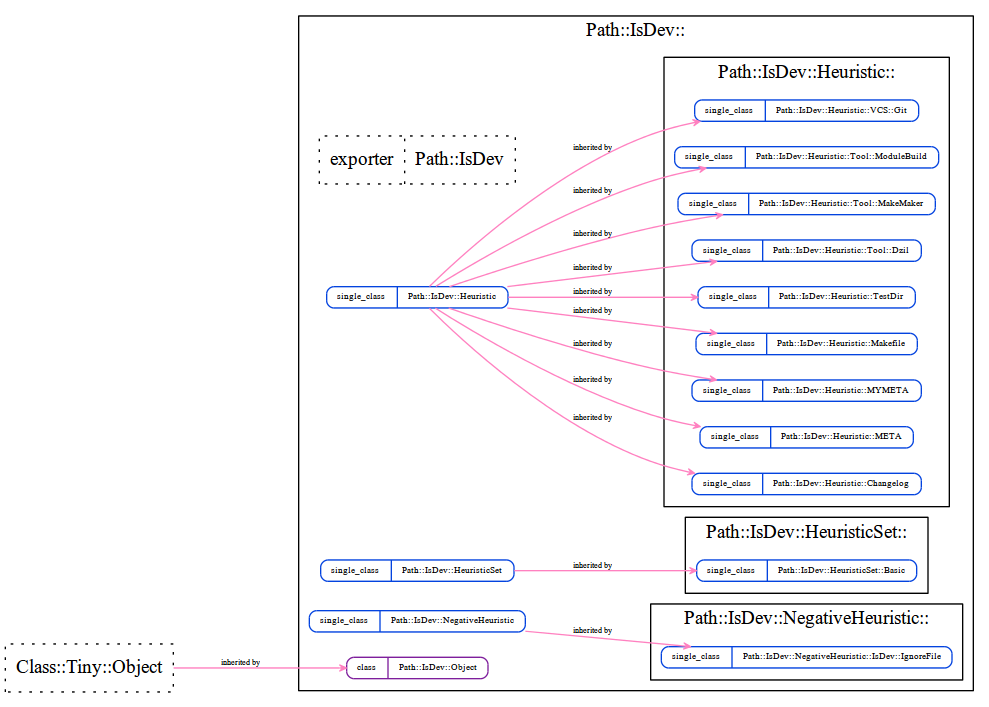
Earlier version of the Graphviz export layout/self_structure.png (gitpan/Path-IsDev). Its source is kept beside it as layout/self_structure.dot.
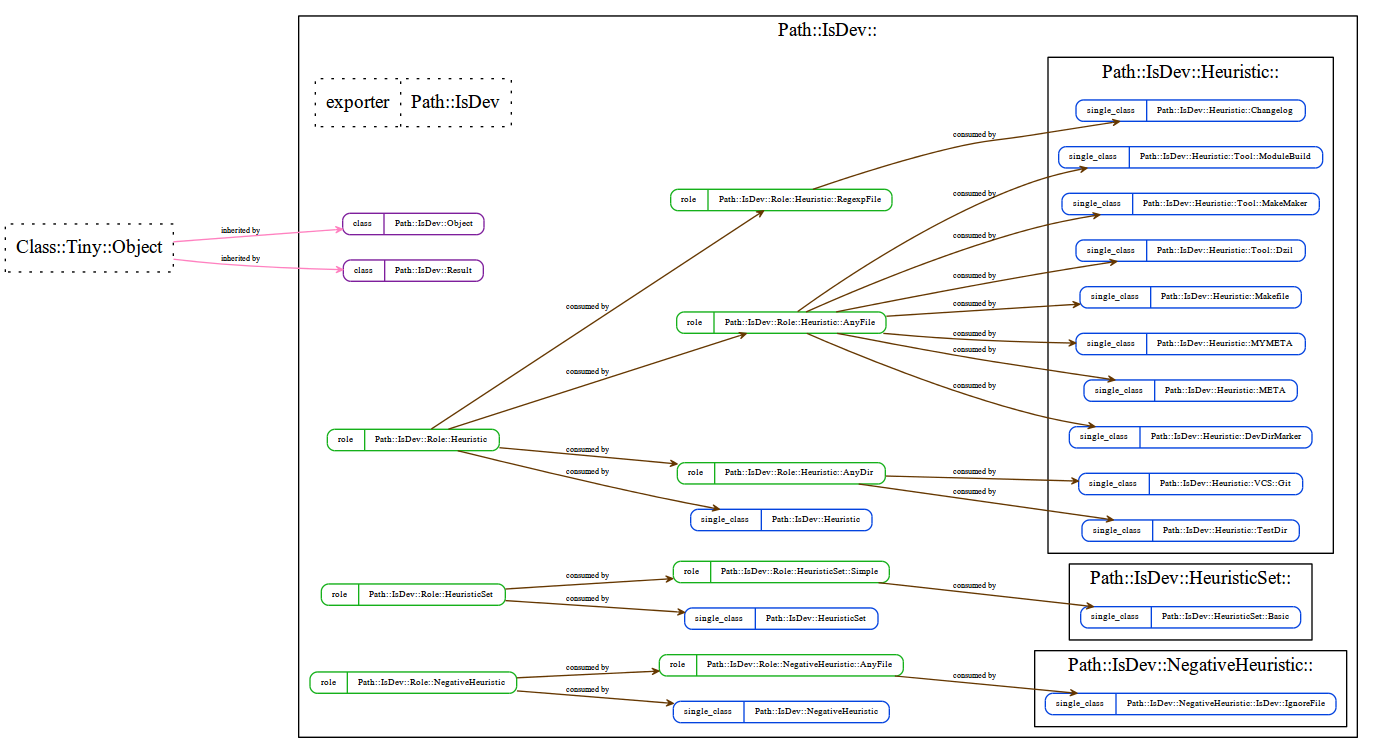
After the commit.

What changed in the source:
```diff
@@ -8,6 +8,7 @@
 		subgraph cluster_2 {
 			graph [label="Path::IsDev::Heuristic::"];
 			"Path::IsDev::Heuristic::Changelog" [label="{{<port1> single_class}|<port2> Path::IsDev::Heuristic::Changelog}", shape=Mrecord, style=solid, color="#0343df", fontsize=7, height="0.1"];
+			"Path::IsDev::Heuristic::DevDirMarker" [label="{{<port1> single_class}|<port2> Path::IsDev::Heuristic::DevDirMarker}", shape=Mrecord, style=solid, color="#0343df", fontsize=7, height="0.1"];
 			"Path::IsDev::Heuristic::META" [label="{{<port1> single_class}|<port2> Path::IsDev::Heuristic::META}", shape=Mrecord, style=solid, color="#0343df", fontsize=7, height="0.1"];
 			"Path::IsDev::Heuristic::MYMETA" [label="{{<port1> single_class}|<port2> Path::IsDev::Heuristic::MYMETA}", shape=Mrecord, style=solid, color="#0343df", fontsize=7, height="0.1"];
 			"Path::IsDev::Heuristic::Makefile" [label="{{<port1> single_class}|<port2> Path::IsDev::Heuristic::Makefile}", shape=Mrecord, style=solid, color="#0343df", fontsize=7, height="0.1"];
@@ -30,18 +31,37 @@
 		"Path::IsDev::HeuristicSet" [label="{{<port1> single_class}|<port2> Path::IsDev::HeuristicSet}", shape=Mrecord, style=solid, color="#0343df", fontsize=7, height="0.1"];
 		"Path::IsDev::NegativeHeuristic" [label="{{<port1> single_class}|<port2> Path::IsDev::NegativeHeuristic}", shape=Mrecord, style=solid, color="#0343df", fontsize=7, height="0.1"];
 		"Path::IsDev::Object" [label="{{<port1> class}|<port2> Path::IsDev::Object}", shape=Mrecord, style=solid, color="#7e1e9c", fontsize=7, height="0.1"];
-		"Path::IsDev::Heuristic" -> "Path::IsDev::Heuristic::Changelog" [arrowhead=open, arrowsize="0.5", color="#ff81c0", dir=forward, fontsize=6, headclip=1, label="inherited by", samehead=head, tailclip=1, weight=10];
-		"Path::IsDev::Heuristic" -> "Path::IsDev::Heuristic::TestDir" [arrowhead=open, arrowsize="0.5", color="#ff81c0", dir=forward, fontsize=6, headclip=1, label="inherited by", samehead=head, tailclip=1, weight=10];
-		"Path::IsDev::Heuristic" -> "Path::IsDev::Heuristic::META" [arrowhead=open, arrowsize="0.5", color="#ff81c0", dir=forward, fontsize=6, headclip=1, label="inherited by", samehead=head, tailclip=1, weight=10];
-		"Path::IsDev::Heuristic" -> "Path::IsDev::Heuristic::MYMETA" [arrowhead=open, arrowsize="0.5", color="#ff81c0", dir=forward, fontsize=6, headclip=1, label="inherited by", samehead=head, tailclip=1, weight=10];
-		"Path::IsDev::Heuristic" -> "Path::IsDev::Heuristic::Makefile" [arrowhead=open, arrowsize="0.5", color="#ff81c0", dir=forward, fontsize=6, headclip=1, label="inherited by", samehead=head, tailclip=1, weight=10];
-		"Path::IsDev::HeuristicSet" -> "Path::IsDev::HeuristicSet::Basic" [arrowhead=open, arrowsize="0.5", color="#ff81c0", dir=forward, fontsize=6, headclip=1, label="inherited by", samehead=head, tailclip=1, weight=10];
-		"Path::IsDev::Heuristic" -> "Path::IsDev::Heuristic::Tool::Dzil" [arrowhead=open, arrowsize="0.5", color="#ff81c0", dir=forward, fontsize=6, headclip=1, label="inherited by", samehead=head, tailclip=1, weight=10];
-		"Path::IsDev::Heuristic" -> "Path::IsDev::Heuristic::Tool::MakeMaker" [arrowhead=open, arrowsize="0.5", color="#ff81c0", dir=forward, fontsize=6, headclip=1, label="inherited by", samehead=head, tailclip=1, weight=10];
-		"Path::IsDev::Heuristic" -> "Path::IsDev::Heuristic::Tool::ModuleBuild" [arrowhead=open, arrowsize="0.5", color="#ff81c0", dir=forward, fontsize=6, headclip=1, label="inherited by", samehead=head, tailclip=1, weight=10];
-		"Path::IsDev::Heuristic" -> "Path::IsDev::Heuristic::VCS::Git" [arrowhead=open, arrowsize="0.5", color="#ff81c0", dir=forward, fontsize=6, headclip=1, label="inherited by", samehead=head, tailclip=1, weight=10];
-		"Path::IsDev::NegativeHeuristic" -> "Path::IsDev::NegativeHeuristic::IsDev::IgnoreFile" [arrowhead=open, arrowsize="0.5", color="#ff81c0", dir=forward, fontsize=6, headclip=1, label="inherited by", samehead=head, tailclip=1, weight=10];
+		"Path::IsDev::Result" [label="{{<port1> class}|<port2> Path::IsDev::Result}", shape=Mrecord, style=solid, color="#7e1e9c", fontsize=7, height="0.1"];
+		"Path::IsDev::Role::Heuristic" [label="{{<port1> role}|<port2> Path::IsDev::Role::Heuristic}", shape=Mrecord, style=solid, color="#15b01a", fontsize=7, height="0.1"];
+		"Path::IsDev::Role::Heuristic::AnyDir" [label="{{<port1> role}|<port2> Path::IsDev::Role::Heuristic::AnyDir}", shape=Mrecord, style=solid, color="#15b01a", fontsize=7, height="0.1"];
+		"Path::IsDev::Role::Heuristic::AnyFile" [label="{{<port1> role}|<port2> Path::IsDev::Role::Heuristic::AnyFile}", shape=Mrecord, style=solid, color="#15b01a", fontsize=7, height="0.1"];
+		"Path::IsDev::Role::Heuristic::RegexpFile" [label="{{<port1> role}|<port2> Path::IsDev::Role::Heuristic::RegexpFile}", shape=Mrecord, style=solid, color="#15b01a", fontsize=7, height="0.1"];
+		"Path::IsDev::Role::HeuristicSet" [label="{{<port1> role}|<port2> Path::IsDev::Role::HeuristicSet}", shape=Mrecord, style=solid, color="#15b01a", fontsize=7, height="0.1"];
+		"Path::IsDev::Role::HeuristicSet::Simple" [label="{{<port1> role}|<port2> Path::IsDev::Role::HeuristicSet::Simple}", shape=Mrecord, style=solid, color="#15b01a", fontsize=7, height="0.1"];
+		"Path::IsDev::Role::NegativeHeuristic" [label="{{<port1> role}|<port2> Path::IsDev::Role::NegativeHeuristic}", shape=Mrecord, style=solid, color="#15b01a", fontsize=7, height="0.1"];
+		"Path::IsDev::Role::NegativeHeuristic::AnyFile" [label="{{<port1> role}|<port2> Path::IsDev::Role::NegativeHeuristic::AnyFile}", shape=Mrecord, style=solid, color="#15b01a", fontsize=7, height="0.1"];
+		"Path::IsDev::Role::Heuristic" -> "Path::IsDev::Heuristic" [arrowhead=open, arrowsize="0.5", color="#653700", dir=forward, fontsize=6, headclip=1, label="consumed by", samehead=head, tailclip=1, weight=5];
+		"Path::IsDev::Role::HeuristicSet" -> "Path::IsDev::HeuristicSet" [arrowhead=open, arrowsize="0.5", color="#653700", dir=forward, fontsize=6, headclip=1, label="consumed by", samehead=head, tailclip=1, weight=5];
+		"Path::IsDev::Role::NegativeHeuristic" -> "Path::IsDev::NegativeHeuristic" [arrowhead=open, arrowsize="0.5", color="#653700", dir=forward, fontsize=6, headclip=1, label="consumed by", samehead=head, tailclip=1, weight=5];
+		"Path::IsDev::Role::Heuristic::RegexpFile" -> "Path::IsDev::Heuristic::Changelog" [arrowhead=open, arrowsize="0.5", color="#653700", dir=forward, fontsize=6, headclip=1, label="consumed by", samehead=head, tailclip=1, weight=5];
+		"Path::IsDev::Role::Heuristic::AnyFile" -> "Path::IsDev::Heuristic::DevDirMarker" [arrowhead=open, arrowsize="0.5", color="#653700", dir=forward, fontsize=6, headclip=1, label="consumed by", samehead=head, tailclip=1, weight=5];
+		"Path::IsDev::Role::Heuristic::AnyFile" -> "Path::IsDev::Heuristic::META" [arrowhead=open, arrowsize="0.5", color="#653700", dir=forward, fontsize=6, headclip=1, label="consumed by", samehead=head, tailclip=1, weight=5];
+		"Path::IsDev::Role::Heuristic::AnyFile" -> "Path::IsDev::Heuristic::MYMETA" [arrowhead=open, arrowsize="0.5", color="#653700", dir=forward, fontsize=6, headclip=1, label="consumed by", samehead=head, tailclip=1, weight=5];
+		"Path::IsDev::Role::Heuristic::AnyFile" -> "Path::IsDev::Heuristic::Makefile" [arrowhead=open, arrowsize="0.5", color="#653700", dir=forward, fontsize=6, headclip=1, label="consumed by", samehead=head, tailclip=1, weight=5];
+		"Path::IsDev::Role::Heuristic::AnyDir" -> "Path::IsDev::Heuristic::TestDir" [arrowhead=open, arrowsize="0.5", color="#653700", dir=forward, fontsize=6, headclip=1, label="consumed by", samehead=head, tailclip=1, weight=5];
+		"Path::IsDev::Role::HeuristicSet::Simple" -> "Path::IsDev::HeuristicSet::Basic" [arrowhead=open, arrowsize="0.5", color="#653700", dir=forward, fontsize=6, headclip=1, label="consumed by", samehead=head, tailclip=1, weight=5];
+		"Path::IsDev::Role::Heuristic::AnyFile" -> "Path::IsDev::Heuristic::Tool::Dzil" [arrowhead=open, arrowsize="0.5", color="#653700", dir=forward, fontsize=6, headclip=1, label="consumed by", samehead=head, tailclip=1, weight=5];
+		"Path::IsDev::Role::Heuristic::AnyFile" -> "Path::IsDev::Heuristic::Tool::MakeMaker" [arrowhead=open, arrowsize="0.5", color="#653700", dir=forward, fontsize=6, headclip=1, label="consumed by", samehead=head, tailclip=1, weight=5];
+		"Path::IsDev::Role::Heuristic::AnyFile" -> "Path::IsDev::Heuristic::Tool::ModuleBuild" [arrowhead=open, arrowsize="0.5", color="#653700", dir=forward, fontsize=6, headclip=1, label="consumed by", samehead=head, tailclip=1, weight=5];
+		"Path::IsDev::Role::Heuristic::AnyDir" -> "Path::IsDev::Heuristic::VCS::Git" [arrowhead=open, arrowsize="0.5", color="#653700", dir=forward, fontsize=6, headclip=1, label="consumed by", samehead=head, tailclip=1, weight=5];
+		"Path::IsDev::Role::NegativeHeuristic::AnyFile" -> "Path::IsDev::NegativeHeuristic::IsDev::IgnoreFile" [arrowhead=open, arrowsize="0.5", color="#653700", dir=forward, fontsize=6, headclip=1, label="consumed by", samehead=head, tailclip=1, weight=5];
+		"Path::IsDev::Role::Heuristic" -> "Path::IsDev::Role::Heuristic::AnyDir" [arrowhead=open, arrowsize="0.5", color="#653700", dir=forward, fontsize=6, headclip=1, label="consumed by", samehead=head, tailclip=1, weight=5];
+		"Path::IsDev::Role::Heuristic" -> "Path::IsDev::Role::Heuristic::AnyFile" [arrowhead=open, arrowsize="0.5", color="#653700", dir=forward, fontsize=6, headclip=1, label="consumed by", samehead=head, tailclip=1, weight=5];
+		"Path::IsDev::Role::Heuristic" -> "Path::IsDev::Role::Heuristic::RegexpFile" [arrowhead=open, arrowsize="0.5", color="#653700", dir=forward, fontsize=6, headclip=1, label="consumed by", samehead=head, tailclip=1, weight=5];
+		"Path::IsDev::Role::HeuristicSet" -> "Path::IsDev::Role::HeuristicSet::Simple" [arrowhead=open, arrowsize="0.5", color="#653700", dir=forward, fontsize=6, headclip=1, label="consumed by", samehead=head, tailclip=1, weight=5];
+		"Path::IsDev::Role::NegativeHeuristic" -> "Path::IsDev::Role::NegativeHeuristic::AnyFile" [arrowhead=open, arrowsize="0.5", color="#653700", dir=forward, fontsize=6, headclip=1, label="consumed by", samehead=head, tailclip=1, weight=5];
 	}
 	"Class::Tiny::Object" [label="<port1> Class::Tiny::Object"];
 	"Class::Tiny::Object" -> "Path::IsDev::Object" [arrowhead=open, arrowsize="0.5", color="#ff81c0", dir=forward, fontsize=6, headclip=1, label="inherited by", samehead=head, tailclip=1, weight=10];
+	"Class::Tiny::Object" -> "Path::IsDev::Result" [arrowhead=open, arrowsize="0.5", color="#ff81c0", dir=forward, fontsize=6, headclip=1, label="inherited by", samehead=head, tailclip=1, weight=10];
 }
```
